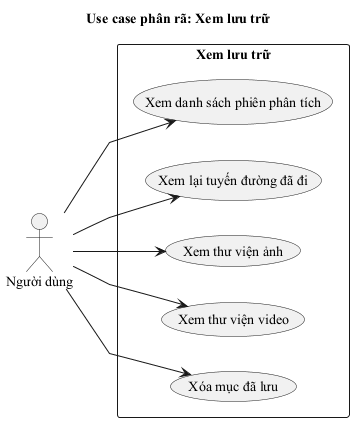
thanhmobile080604/My-Thesis-Latex keeps this PlantUML diagram as figures/usecase_xem_luu_tru.png. Above is the earlier version. Its diagram source:
```plantuml
@startuml usecase_xem_luu_tru
skinparam defaultFontName "Times New Roman"
skinparam linetype polyline
left to right direction
title Use case phân rã: Xem lưu trữ

actor "Người dùng" as User

rectangle "Xem lưu trữ" {
  usecase "Xem danh sách phiên phân tích" as U1
  usecase "Xem lại tuyến đường đã đi" as U2
  usecase "Xem thư viện ảnh" as U3
  usecase "Xem thư viện video" as U4
  usecase "Xóa mục đã lưu" as U5
}

User --> U1
User --> U2
User --> U3
User --> U4
User --> U5
@enduml
```
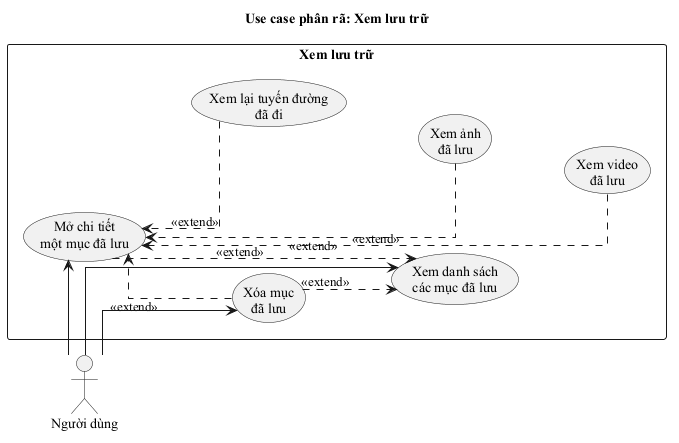
Above is the later version.

What changed in the source:
```diff
@@ -1,22 +1,44 @@
 @startuml usecase_xem_luu_tru
 skinparam defaultFontName "Times New Roman"
-skinparam linetype polyline
 left to right direction
+skinparam packageStyle rectangle
+skinparam linetype ortho
+skinparam nodesep 35
+skinparam ranksep 45
 title Use case phân rã: Xem lưu trữ
 
 actor "Người dùng" as User
 
 rectangle "Xem lưu trữ" {
-  usecase "Xem danh sách phiên phân tích" as U1
-  usecase "Xem lại tuyến đường đã đi" as U2
-  usecase "Xem thư viện ảnh" as U3
-  usecase "Xem thư viện video" as U4
-  usecase "Xóa mục đã lưu" as U5
+
+  usecase "Xem danh sách\ncác mục đã lưu" as UC_List
+  usecase "Mở chi tiết\nmột mục đã lưu" as UC_Detail
+
+  usecase "Xem lại tuyến đường\nđã đi" as UC_Route
+  usecase "Xem ảnh\nđã lưu" as UC_Image
+  usecase "Xem video\nđã lưu" as UC_Video
+
+  usecase "Xóa mục\nđã lưu" as UC_Delete
+
+  UC_List -[hidden]down- UC_Detail
+  UC_Detail -[hidden]down- UC_Delete
+
+  UC_Detail -[hidden]right- UC_Route
+  UC_Route -[hidden]down- UC_Image
+  UC_Image -[hidden]down- UC_Video
 }
 
-User --> U1
-User --> U2
-User --> U3
-User --> U4
-User --> U5
+User -right-> UC_List
+User -right-> UC_Detail
+User -right-> UC_Delete
+
+UC_Detail ..> UC_List : <<extend>>
+
+UC_Route ..> UC_Detail : <<extend>>
+UC_Image ..> UC_Detail : <<extend>>
+UC_Video ..> UC_Detail : <<extend>>
+
+UC_Delete ..> UC_List : <<extend>>
+UC_Delete ..> UC_Detail : <<extend>>
+
 @enduml
```
